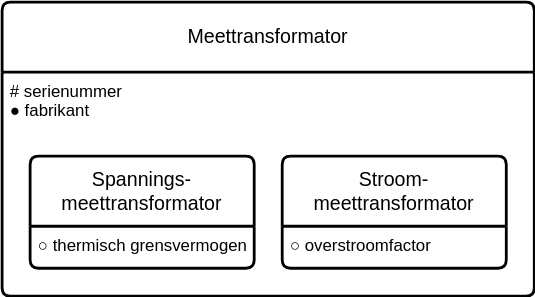
Above: docs/assets/images/wegwijs5.drawio.svg in sefanja/nbnl-conceptuele-informatiemodellen (draw.io), before the change. Source tidied: cells renumbered, new cells last; positions are measured from the earlier drawing's top-left corner, leaving out a move shared by most shapes.
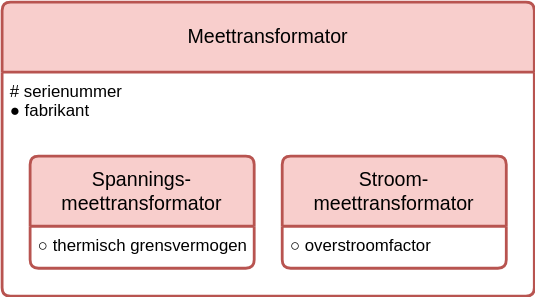
The same diagram one commit later.

What changed in the source:
```diff
@@ -2,19 +2,19 @@
   <root>
     <mxCell id="0" />
     <mxCell id="1" parent="0" />
-    <mxCell id="2" value="Meettransformator" style="swimlane;horizontal=1;startSize=50;rounded=1;fontSize=14;fontStyle=0;strokeWidth=2;shadow=0;dashed=0;align=center;arcSize=4;whiteSpace=wrap;html=1;" parent="1" vertex="1">
+    <mxCell id="2" value="Meettransformator" style="swimlane;horizontal=1;startSize=50;rounded=1;fontSize=14;fontStyle=0;strokeWidth=2;shadow=0;dashed=0;align=center;arcSize=4;whiteSpace=wrap;html=1;fillColor=#f8cecc;strokeColor=#b85450;" parent="1" vertex="1">
       <mxGeometry width="380" height="210" as="geometry" />
     </mxCell>
     <mxCell id="3" value="# serienummer&lt;div&gt;● fabrikant&lt;/div&gt;" style="align=left;strokeColor=none;fillColor=none;spacingLeft=4;spacingRight=4;fontSize=12;verticalAlign=top;html=1;whiteSpace=wrap;" parent="2" vertex="1">
       <mxGeometry y="50" width="380" height="160" as="geometry" />
     </mxCell>
-    <mxCell id="4" value="Stroom-meettransformator" style="swimlane;horizontal=1;startSize=50;rounded=1;fontSize=14;fontStyle=0;strokeWidth=2;shadow=0;dashed=0;align=center;arcSize=4;whiteSpace=wrap;html=1;" parent="1" vertex="1">
+    <mxCell id="4" value="Stroom-meettransformator" style="swimlane;horizontal=1;startSize=50;rounded=1;fontSize=14;fontStyle=0;strokeWidth=2;shadow=0;dashed=0;align=center;arcSize=4;whiteSpace=wrap;html=1;fillColor=#f8cecc;strokeColor=#b85450;" parent="1" vertex="1">
       <mxGeometry x="200" y="110" width="160" height="80" as="geometry" />
     </mxCell>
     <mxCell id="5" value="○ overstroomfactor" style="align=left;strokeColor=none;fillColor=none;spacingLeft=4;spacingRight=4;fontSize=12;verticalAlign=top;html=1;whiteSpace=wrap;" parent="4" vertex="1">
       <mxGeometry y="50" width="160" height="30" as="geometry" />
     </mxCell>
-    <mxCell id="6" value="Spannings-meettransformator" style="swimlane;horizontal=1;startSize=50;rounded=1;fontSize=14;fontStyle=0;strokeWidth=2;shadow=0;dashed=0;align=center;arcSize=4;whiteSpace=wrap;html=1;" parent="1" vertex="1">
+    <mxCell id="6" value="Spannings-meettransformator" style="swimlane;horizontal=1;startSize=50;rounded=1;fontSize=14;fontStyle=0;strokeWidth=2;shadow=0;dashed=0;align=center;arcSize=4;whiteSpace=wrap;html=1;fillColor=#f8cecc;strokeColor=#b85450;" parent="1" vertex="1">
       <mxGeometry x="20" y="110" width="160" height="80" as="geometry" />
     </mxCell>
     <mxCell id="7" value="○ thermisch grensvermogen" style="align=left;strokeColor=none;fillColor=none;spacingLeft=4;spacingRight=4;fontSize=12;verticalAlign=top;html=1;whiteSpace=wrap;" parent="6" vertex="1">
```
